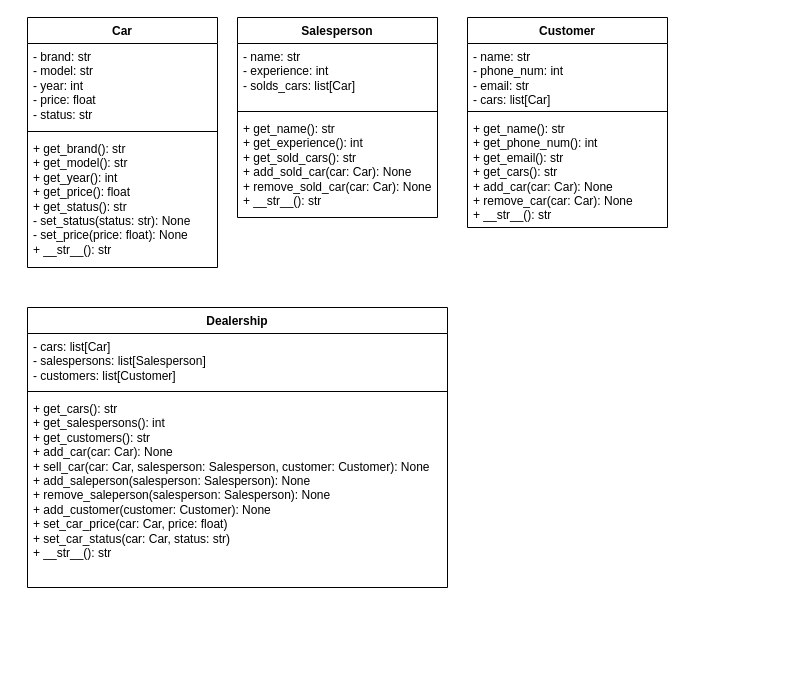
Before: hw_4/task_3/task_3_uml.drawio in krishtalevia/oop_practices, a draw.io diagram. Source tidied: cells renumbered, new cells numbered last; positions are measured from the earlier drawing's top-left corner, leaving out a move shared by most shapes. Both pictures are drawn from the tidied source at 100%, with x=0, y=0 at pixel (27, 17).
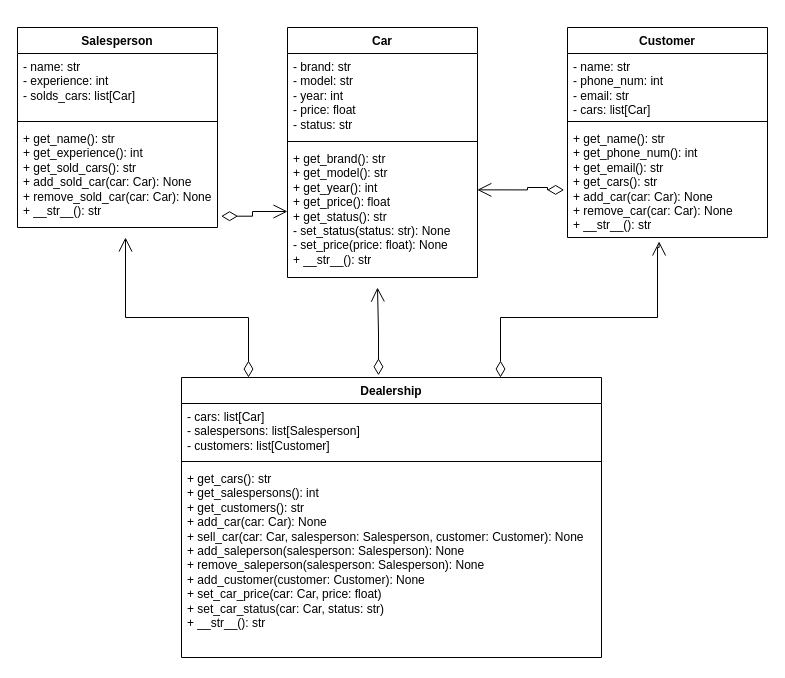
The same page after the edit.

The change refers to these unchanged cells:
```xml
<mxCell id="5" value="+ get_brand(): str&lt;div&gt;+ get_model(): str&lt;/div&gt;&lt;div&gt;+ get_year(): int&lt;/div&gt;&lt;div&gt;+ get_price(): float&lt;/div&gt;&lt;div&gt;+ get_status(): str&lt;/div&gt;&lt;div&gt;- set_status(status: str): None&lt;/div&gt;&lt;div&gt;- set_price(price: float): None&lt;br&gt;+ __str__(): str&lt;/div&gt;" style="text;strokeColor=none;fillColor=none;align=left;verticalAlign=top;spacingLeft=4;spacingRight=4;overflow=hidden;points=[[0,0.5],[1,0.5]];portConstraint=eastwest;whiteSpace=wrap;html=1;" parent="2" vertex="1">
  <mxGeometry y="118" width="190" height="132" as="geometry" />
</mxCell>
<mxCell id="9" value="+ get_name(): str&lt;div&gt;+ get_experience(): int&lt;/div&gt;&lt;div&gt;+ get_sold_cars(): str&lt;/div&gt;&lt;div&gt;+ add_sold_car(car: Car): None&lt;/div&gt;&lt;div&gt;+ remove_sold_car(car: Car): None&lt;br&gt;+ __str__(): str&lt;/div&gt;" style="text;strokeColor=none;fillColor=none;align=left;verticalAlign=top;spacingLeft=4;spacingRight=4;overflow=hidden;points=[[0,0.5],[1,0.5]];portConstraint=eastwest;whiteSpace=wrap;html=1;" parent="6" vertex="1">
  <mxGeometry y="98" width="200" height="102" as="geometry" />
</mxCell>
<mxCell id="13" value="+ get_name(): str&lt;div&gt;+ get_phone_num(): int&lt;/div&gt;&lt;div&gt;+ get_email(): str&lt;/div&gt;&lt;div&gt;+ get_cars(): str&lt;/div&gt;&lt;div&gt;+ add_car(car: Car): None&lt;/div&gt;&lt;div&gt;+ remove_car(car: Car): None&lt;br&gt;+ __str__(): str&lt;/div&gt;" style="text;strokeColor=none;fillColor=none;align=left;verticalAlign=top;spacingLeft=4;spacingRight=4;overflow=hidden;points=[[0,0.5],[1,0.5]];portConstraint=eastwest;whiteSpace=wrap;html=1;" parent="10" vertex="1">
  <mxGeometry y="98" width="200" height="112" as="geometry" />
</mxCell>
```

The edit, as a diff of the source:
```diff
@@
     <mxCell id="2" value="Car" style="swimlane;fontStyle=1;align=center;verticalAlign=top;horizontal=1;startSize=26;whiteSpace=wrap;html=1;" parent="1" vertex="1">
-      <mxGeometry width="190" height="250" as="geometry" />
+      <mxGeometry x="260" y="10" width="190" height="250" as="geometry" />
     </mxCell>
@@
     <mxCell id="6" value="Salesperson" style="swimlane;fontStyle=1;align=center;verticalAlign=top;horizontal=1;startSize=26;whiteSpace=wrap;html=1;" parent="1" vertex="1">
-      <mxGeometry x="210" width="200" height="200" as="geometry" />
+      <mxGeometry x="-10" y="10" width="200" height="200" as="geometry" />
     </mxCell>
@@
     <mxCell id="10" value="Customer" style="swimlane;fontStyle=1;align=center;verticalAlign=top;horizontal=1;startSize=26;whiteSpace=wrap;html=1;" parent="1" vertex="1">
-      <mxGeometry x="440" width="200" height="210" as="geometry" />
+      <mxGeometry x="540" y="10" width="200" height="210" as="geometry" />
     </mxCell>
@@
     <mxCell id="14" value="Dealership" style="swimlane;fontStyle=1;align=center;verticalAlign=top;horizontal=1;startSize=26;whiteSpace=wrap;html=1;" parent="1" vertex="1">
-      <mxGeometry y="290" width="420" height="280" as="geometry" />
+      <mxGeometry x="154" y="360" width="420" height="280" as="geometry" />
     </mxCell>
@@
+    <mxCell id="18" style="endArrow=open;html=1;endSize=12;startArrow=diamondThin;startSize=14;startFill=0;edgeStyle=orthogonalEdgeStyle;align=left;verticalAlign=bottom;rounded=0;entryX=0.999;entryY=0.336;entryDx=0;entryDy=0;entryPerimeter=0;exitX=-0.017;exitY=0.575;exitDx=0;exitDy=0;exitPerimeter=0;" parent="1" edge="1" source="13" target="5">
+      <mxGeometry x="-1" y="3" relative="1" as="geometry">
+        <Array as="points">
+          <mxPoint x="520" y="172" />
+          <mxPoint x="520" y="170" />
+          <mxPoint x="500" y="170" />
+          <mxPoint x="500" y="172" />
+        </Array>
+      </mxGeometry>
+    </mxCell>
+    <mxCell id="19" style="endArrow=open;html=1;endSize=12;startArrow=diamondThin;startSize=14;startFill=0;edgeStyle=orthogonalEdgeStyle;align=left;verticalAlign=bottom;rounded=0;exitX=1.018;exitY=0.889;exitDx=0;exitDy=0;exitPerimeter=0;entryX=0;entryY=0.5;entryDx=0;entryDy=0;" parent="1" edge="1" source="9" target="5">
+      <mxGeometry x="-1" y="3" relative="1" as="geometry" />
+    </mxCell>
+    <mxCell id="20" style="endArrow=open;html=1;endSize=12;startArrow=diamondThin;startSize=14;startFill=0;edgeStyle=orthogonalEdgeStyle;align=left;verticalAlign=bottom;rounded=0;exitX=0.469;exitY=-0.008;exitDx=0;exitDy=0;exitPerimeter=0;" parent="1" edge="1" source="14">
+      <mxGeometry x="-1" y="3" relative="1" as="geometry">
+        <mxPoint x="350" y="270" as="targetPoint" />
+      </mxGeometry>
+    </mxCell>
+    <mxCell id="21" style="endArrow=open;html=1;endSize=12;startArrow=diamondThin;startSize=14;startFill=0;edgeStyle=orthogonalEdgeStyle;align=left;verticalAlign=bottom;rounded=0;exitX=0.469;exitY=-0.008;exitDx=0;exitDy=0;exitPerimeter=0;" parent="1" edge="1">
+      <mxGeometry x="-1" y="3" relative="1" as="geometry">
+        <mxPoint x="221" y="360" as="sourcePoint" />
+        <mxPoint x="98" y="220" as="targetPoint" />
+        <Array as="points">
+          <mxPoint x="221" y="300" />
+          <mxPoint x="98" y="300" />
+        </Array>
+      </mxGeometry>
+    </mxCell>
+    <mxCell id="22" style="endArrow=open;html=1;endSize=12;startArrow=diamondThin;startSize=14;startFill=0;edgeStyle=orthogonalEdgeStyle;align=left;verticalAlign=bottom;rounded=0;exitX=0.469;exitY=-0.008;exitDx=0;exitDy=0;exitPerimeter=0;entryX=0.458;entryY=1.035;entryDx=0;entryDy=0;entryPerimeter=0;" parent="1" edge="1" target="13">
+      <mxGeometry x="-1" y="3" relative="1" as="geometry">
+        <mxPoint x="473" y="360" as="sourcePoint" />
+        <Array as="points">
+          <mxPoint x="473" y="300" />
+          <mxPoint x="630" y="300" />
+          <mxPoint x="630" y="230" />
+          <mxPoint x="632" y="230" />
+        </Array>
+      </mxGeometry>
+    </mxCell>
```
